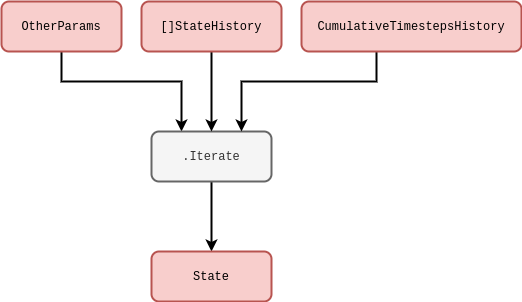
The draw.io diagram assets/stochadexI/stochadexI-fundamental-loop-code.drawio.png in umbralcalc/umbralcalc.github.io, before a commit. Source tidied: cells renumbered, new cells last; positions are measured from the earlier drawing's top-left corner, leaving out a move shared by most shapes.
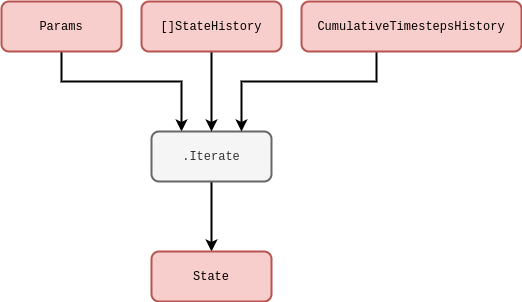
Later version of the same file.

Diff of the diagram source:
```diff
@@ -10,7 +10,7 @@
         </Array>
       </mxGeometry>
     </mxCell>
-    <mxCell id="3" value="&lt;font face=&quot;Courier New&quot;&gt;OtherParams&lt;/font&gt;" style="rounded=1;whiteSpace=wrap;html=1;strokeWidth=2;fillColor=#f8cecc;strokeColor=#b85450;" parent="1" vertex="1">
+    <mxCell id="3" value="&lt;font face=&quot;Courier New&quot;&gt;Params&lt;/font&gt;" style="rounded=1;whiteSpace=wrap;html=1;strokeWidth=2;fillColor=#f8cecc;strokeColor=#b85450;" parent="1" vertex="1">
       <mxGeometry width="120" height="50" as="geometry" />
     </mxCell>
     <mxCell id="4" style="edgeStyle=orthogonalEdgeStyle;rounded=0;jettySize=auto;html=1;strokeWidth=2;" parent="1" edge="1" source="5" target="10">
```
